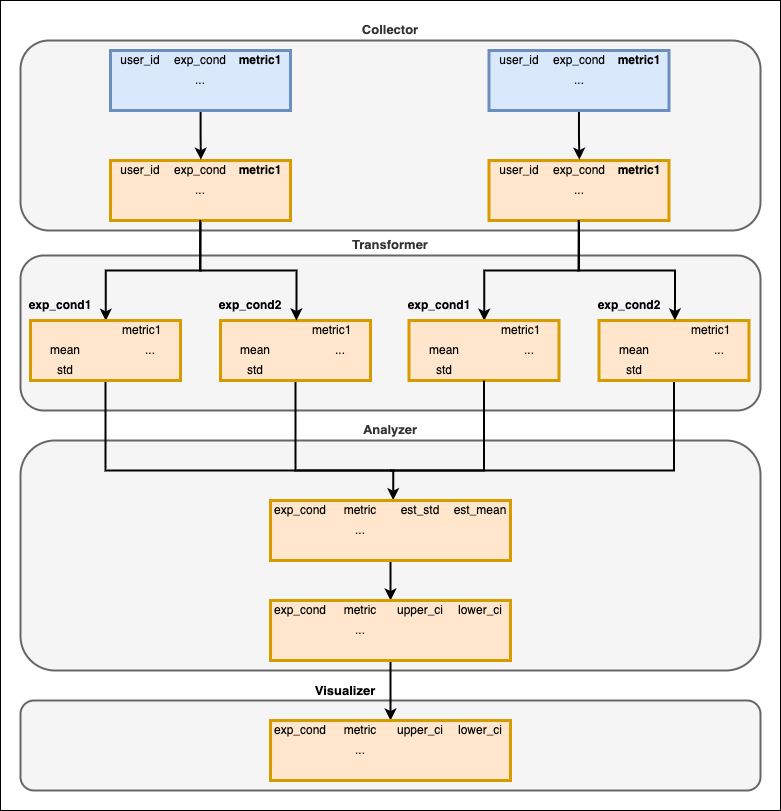
Above: images/data_arch.drawio.png in kylekovac/abautomator-swipe (draw.io), before the change. Source tidied: cells renumbered, new cells last; positions are measured from the earlier drawing's top-left corner, leaving out a move shared by most shapes.
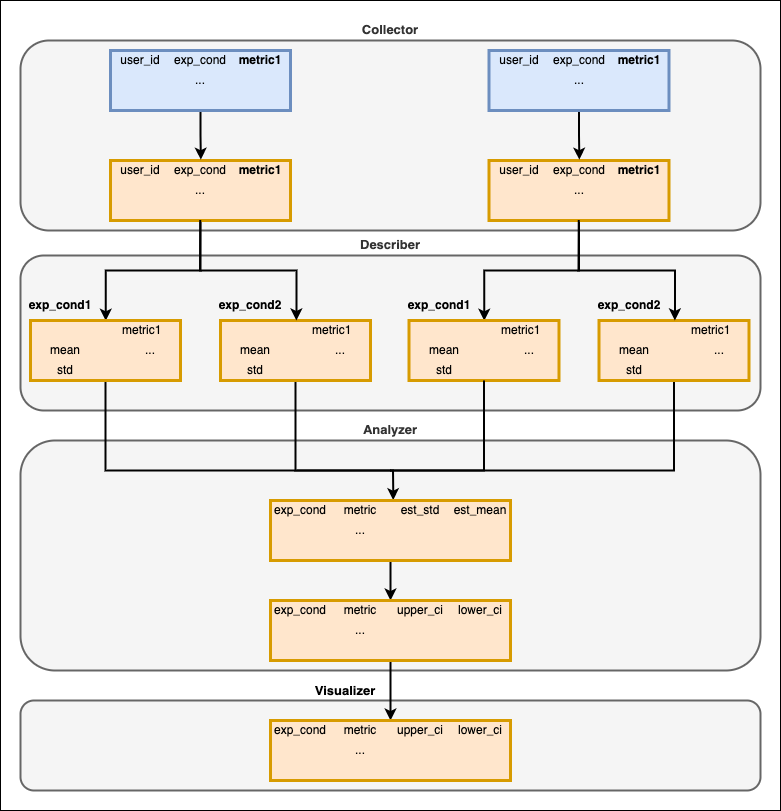
Above is the later version.

Diff of the diagram source:
```diff
@@ -11,7 +11,7 @@
     <mxCell id="4" value="&lt;b&gt;&lt;font style=&quot;font-size: 13px&quot;&gt;Analyzer&lt;/font&gt;&lt;/b&gt;" style="rounded=1;whiteSpace=wrap;html=1;strokeColor=#666666;strokeWidth=2;labelPosition=center;verticalLabelPosition=top;align=center;verticalAlign=bottom;fillColor=#f5f5f5;fontColor=#333333;" parent="1" vertex="1">
       <mxGeometry x="20" y="440" width="740" height="230" as="geometry" />
     </mxCell>
-    <mxCell id="5" value="&lt;b&gt;&lt;font style=&quot;font-size: 13px&quot;&gt;Transformer&lt;/font&gt;&lt;/b&gt;" style="rounded=1;whiteSpace=wrap;html=1;strokeColor=#666666;strokeWidth=2;labelPosition=center;verticalLabelPosition=top;align=center;verticalAlign=bottom;fillColor=#f5f5f5;fontColor=#333333;" parent="1" vertex="1">
+    <mxCell id="5" value="&lt;b&gt;&lt;font style=&quot;font-size: 13px&quot;&gt;Describer&lt;/font&gt;&lt;/b&gt;" style="rounded=1;whiteSpace=wrap;html=1;strokeColor=#666666;strokeWidth=2;labelPosition=center;verticalLabelPosition=top;align=center;verticalAlign=bottom;fillColor=#f5f5f5;fontColor=#333333;" parent="1" vertex="1">
       <mxGeometry x="20" y="255" width="740" height="155" as="geometry" />
     </mxCell>
     <mxCell id="6" value="&lt;b&gt;&lt;font style=&quot;font-size: 13px&quot;&gt;Collector&lt;/font&gt;&lt;/b&gt;" style="rounded=1;whiteSpace=wrap;html=1;strokeColor=#666666;strokeWidth=2;labelPosition=center;verticalLabelPosition=top;align=center;verticalAlign=bottom;fillColor=#f5f5f5;fontColor=#333333;" parent="1" vertex="1">
```
